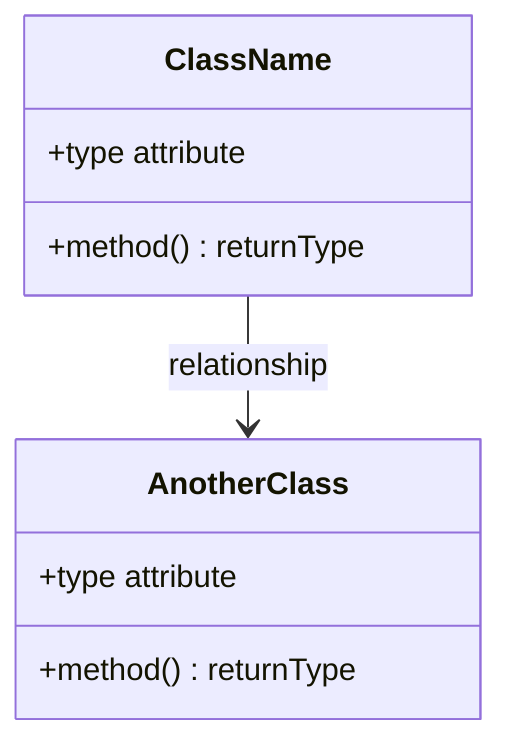
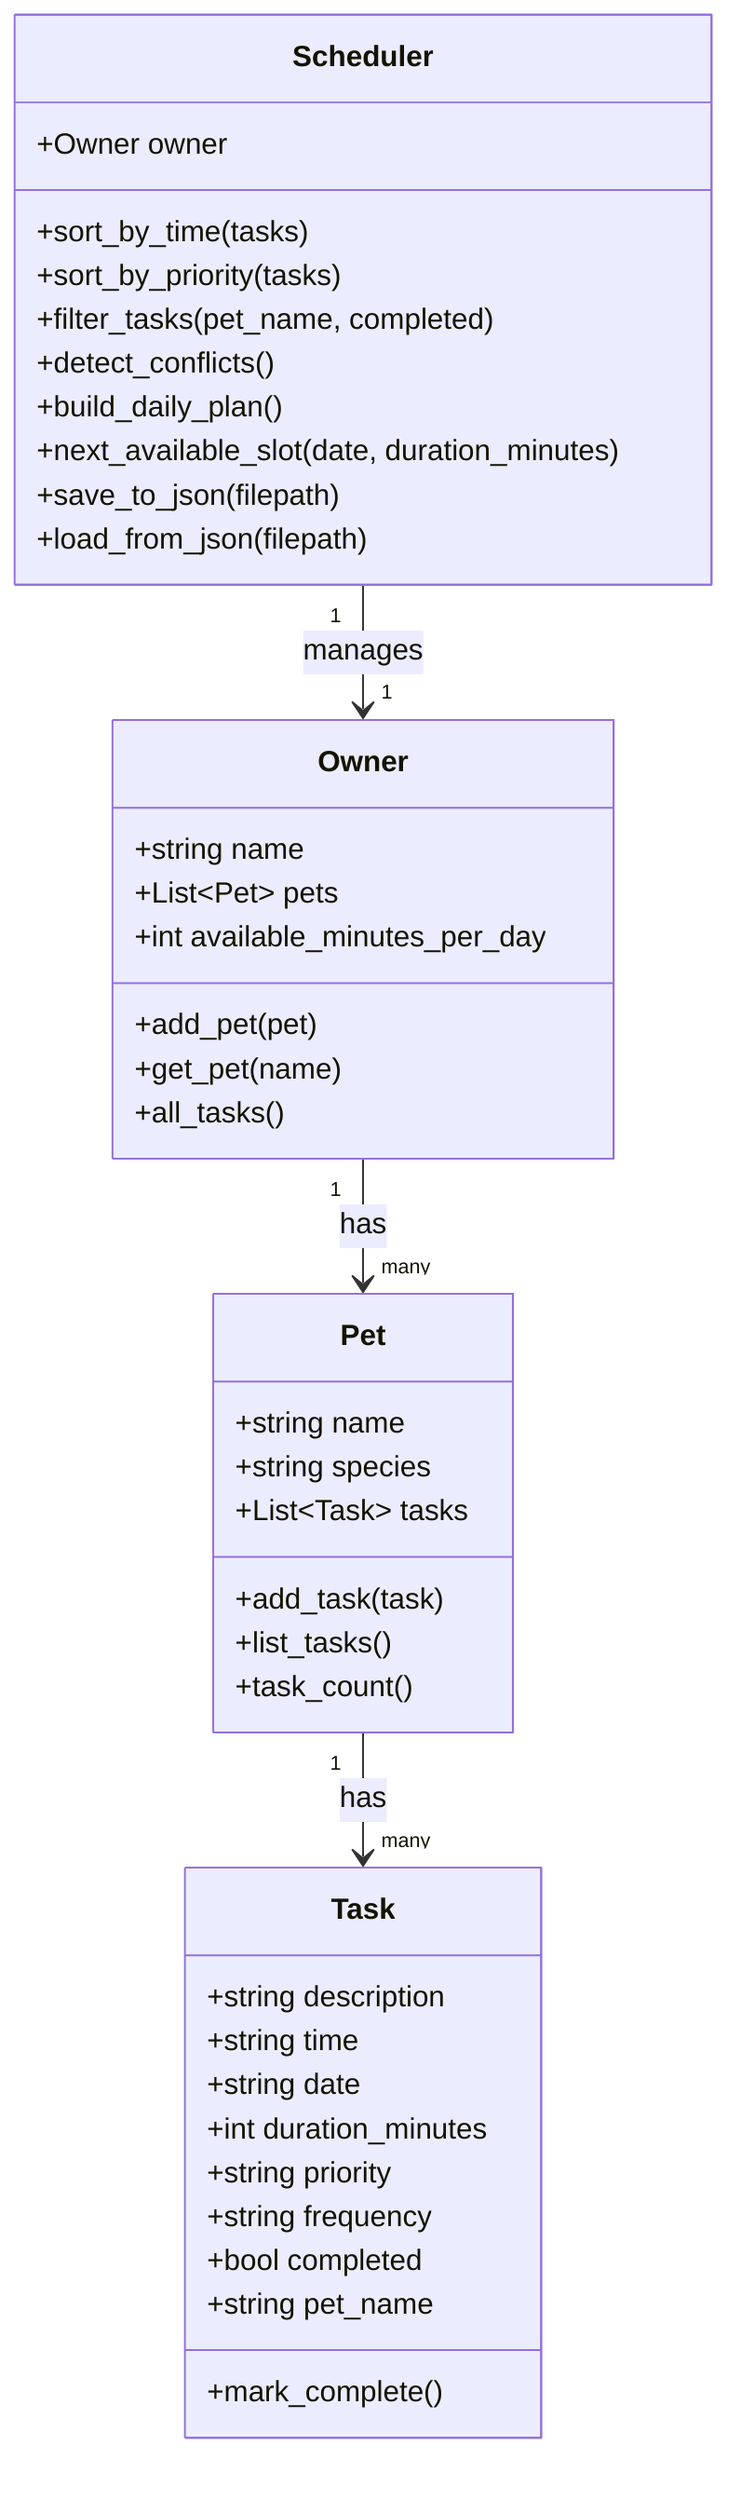
classDiagram
-     %% Replace the placeholders below with your actual classes, attributes, methods, and relationships.
-     %% Keep this file updated so it matches your final implementation.
- 
-     class ClassName {
-         +type attribute
-         +method() returnType
+     class Task {
+         +string description
+         +string time
+         +string date
+         +int duration_minutes
+         +string priority
+         +string frequency
+         +bool completed
+         +string pet_name
+         +mark_complete()
    }

-     class AnotherClass {
-         +type attribute
-         +method() returnType
+     class Pet {
+         +string name
+         +string species
+         +List~Task~ tasks
+         +add_task(task)
+         +list_tasks()
+         +task_count()
    }

-     ClassName --> AnotherClass : relationship
+     class Owner {
+         +string name
+         +List~Pet~ pets
+         +int available_minutes_per_day
+         +add_pet(pet)
+         +get_pet(name)
+         +all_tasks()
+     }
+ 
+     class Scheduler {
+         +Owner owner
+         +sort_by_time(tasks)
+         +sort_by_priority(tasks)
+         +filter_tasks(pet_name, completed)
+         +detect_conflicts()
+         +build_daily_plan()
+         +next_available_slot(date, duration_minutes)
+         +save_to_json(filepath)
+         +load_from_json(filepath)
+     }
+ 
+     Owner "1" --> "many" Pet : has
+     Pet "1" --> "many" Task : has
+     Scheduler "1" --> "1" Owner : manages